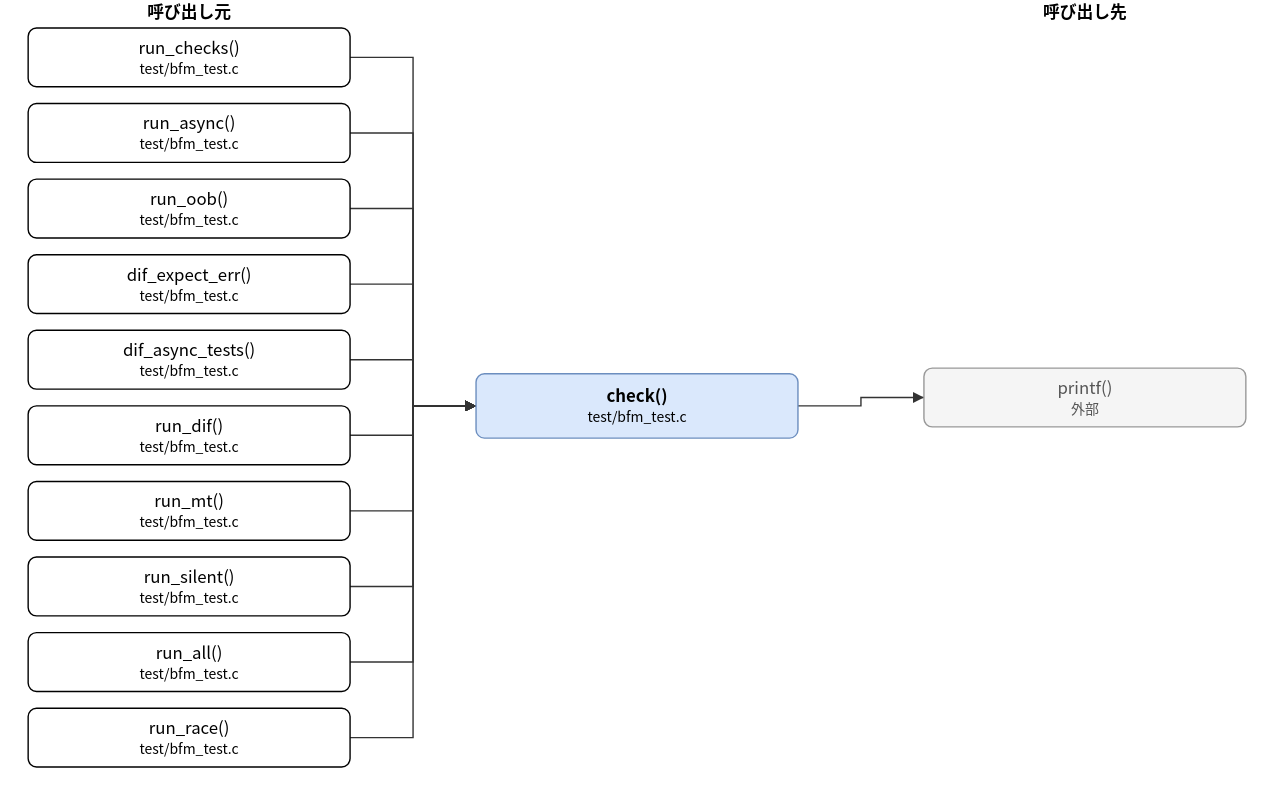
Earlier version of the draw.io export doc/spec/images/call_test_bfm_test-check.drawio.svg (hf355051012-ai/bfmem). Source tidied: cells renumbered, new cells last; positions are measured from the earlier drawing's top-left corner, leaving out a move shared by most shapes.
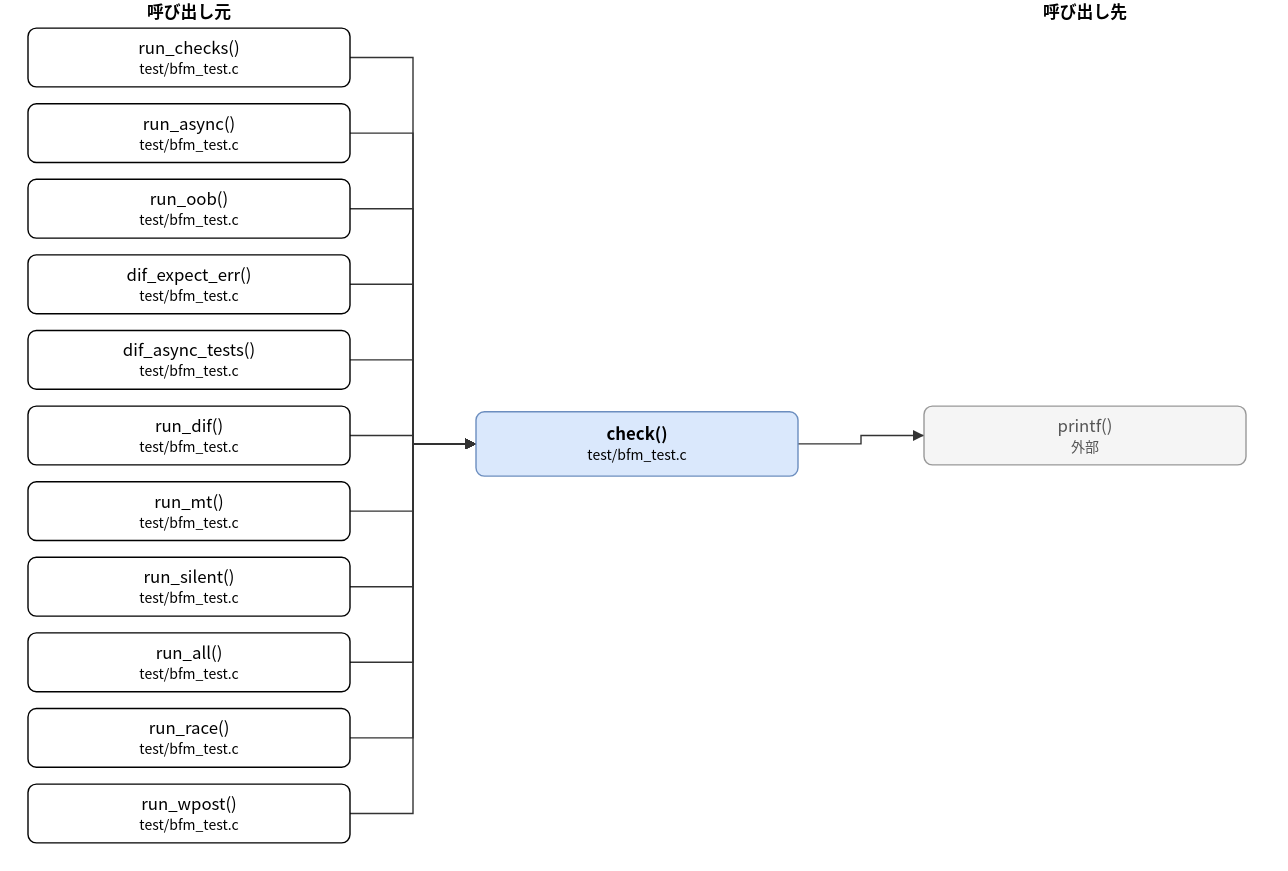
Above is the later version.

Diff of the diagram source:
```diff
@@ -3,7 +3,7 @@
     <mxCell id="0" />
     <mxCell id="1" parent="0" />
     <mxCell id="2" value="check()&lt;br&gt;&lt;font style=&quot;font-size:10px&quot;&gt;test/bfm_test.c&lt;/font&gt;" style="rounded=1;whiteSpace=wrap;html=1;fillColor=#dae8fc;strokeColor=#6c8ebf;fontStyle=1;" parent="1" vertex="1">
-      <mxGeometry x="320" y="267" width="230" height="46" as="geometry" />
+      <mxGeometry x="320" y="294" width="230" height="46" as="geometry" />
     </mxCell>
     <mxCell id="3" value="run_checks()&lt;br&gt;&lt;font style=&quot;font-size:10px&quot;&gt;test/bfm_test.c&lt;/font&gt;" style="rounded=1;whiteSpace=wrap;html=1;" parent="1" vertex="1">
       <mxGeometry y="20" width="230" height="42" as="geometry" />
@@ -35,14 +35,17 @@
     <mxCell id="12" value="run_race()&lt;br&gt;&lt;font style=&quot;font-size:10px&quot;&gt;test/bfm_test.c&lt;/font&gt;" style="rounded=1;whiteSpace=wrap;html=1;" parent="1" vertex="1">
       <mxGeometry y="506" width="230" height="42" as="geometry" />
     </mxCell>
+    <mxCell id="27" value="run_wpost()&lt;br&gt;&lt;font style=&quot;font-size:10px&quot;&gt;test/bfm_test.c&lt;/font&gt;" style="rounded=1;whiteSpace=wrap;html=1;" parent="1" vertex="1">
+      <mxGeometry y="560" width="230" height="42" as="geometry" />
+    </mxCell>
     <mxCell id="13" value="printf()&lt;br&gt;&lt;font style=&quot;font-size:10px&quot;&gt;外部&lt;/font&gt;" style="rounded=1;whiteSpace=wrap;html=1;fillColor=#f5f5f5;strokeColor=#999999;fontColor=#555555;" parent="1" vertex="1">
-      <mxGeometry x="640" y="263" width="230" height="42" as="geometry" />
+      <mxGeometry x="640" y="290" width="230" height="42" as="geometry" />
     </mxCell>
     <mxCell id="14" style="edgeStyle=none;html=1;rounded=0;endArrow=block;endFill=1;exitX=1.0000;exitY=0.5000;exitDx=0;exitDy=0;exitPerimeter=0;entryX=0.0000;entryY=0.5000;entryDx=0;entryDy=0;entryPerimeter=0;" parent="1" edge="1" source="3" target="2">
       <mxGeometry relative="1" as="geometry">
         <Array as="points">
           <mxPoint x="275" y="41" />
-          <mxPoint x="275" y="290" />
+          <mxPoint x="275" y="317" />
         </Array>
       </mxGeometry>
     </mxCell>
@@ -50,7 +53,7 @@
       <mxGeometry relative="1" as="geometry">
         <Array as="points">
           <mxPoint x="275" y="95" />
-          <mxPoint x="275" y="290" />
+          <mxPoint x="275" y="317" />
         </Array>
       </mxGeometry>
     </mxCell>
@@ -58,7 +61,7 @@
       <mxGeometry relative="1" as="geometry">
         <Array as="points">
           <mxPoint x="275" y="149" />
-          <mxPoint x="275" y="290" />
+          <mxPoint x="275" y="317" />
         </Array>
       </mxGeometry>
     </mxCell>
@@ -66,7 +69,7 @@
       <mxGeometry relative="1" as="geometry">
         <Array as="points">
           <mxPoint x="275" y="203" />
-          <mxPoint x="275" y="290" />
+          <mxPoint x="275" y="317" />
         </Array>
       </mxGeometry>
     </mxCell>
@@ -74,7 +77,7 @@
       <mxGeometry relative="1" as="geometry">
         <Array as="points">
           <mxPoint x="275" y="257" />
-          <mxPoint x="275" y="290" />
+          <mxPoint x="275" y="317" />
         </Array>
       </mxGeometry>
     </mxCell>
@@ -82,7 +85,7 @@
       <mxGeometry relative="1" as="geometry">
         <Array as="points">
           <mxPoint x="275" y="311" />
-          <mxPoint x="275" y="290" />
+          <mxPoint x="275" y="317" />
         </Array>
       </mxGeometry>
     </mxCell>
@@ -90,7 +93,7 @@
       <mxGeometry relative="1" as="geometry">
         <Array as="points">
           <mxPoint x="275" y="365" />
-          <mxPoint x="275" y="290" />
+          <mxPoint x="275" y="317" />
         </Array>
       </mxGeometry>
     </mxCell>
@@ -98,7 +101,7 @@
       <mxGeometry relative="1" as="geometry">
         <Array as="points">
           <mxPoint x="275" y="419" />
-          <mxPoint x="275" y="290" />
+          <mxPoint x="275" y="317" />
         </Array>
       </mxGeometry>
     </mxCell>
@@ -106,7 +109,7 @@
       <mxGeometry relative="1" as="geometry">
         <Array as="points">
           <mxPoint x="275" y="473" />
-          <mxPoint x="275" y="290" />
+          <mxPoint x="275" y="317" />
         </Array>
       </mxGeometry>
     </mxCell>
@@ -114,18 +117,26 @@
       <mxGeometry relative="1" as="geometry">
         <Array as="points">
           <mxPoint x="275" y="527" />
-          <mxPoint x="275" y="290" />
+          <mxPoint x="275" y="317" />
         </Array>
       </mxGeometry>
     </mxCell>
-    <mxCell id="24" style="edgeStyle=none;html=1;rounded=0;endArrow=block;endFill=1;exitX=1.0000;exitY=0.5000;exitDx=0;exitDy=0;exitPerimeter=0;entryX=0.0000;entryY=0.5000;entryDx=0;entryDy=0;entryPerimeter=0;" parent="1" edge="1" source="2" target="13">
+    <mxCell id="24" style="edgeStyle=none;html=1;rounded=0;endArrow=block;endFill=1;exitX=1.0000;exitY=0.5000;exitDx=0;exitDy=0;exitPerimeter=0;entryX=0.0000;entryY=0.5000;entryDx=0;entryDy=0;entryPerimeter=0;" parent="1" edge="1" source="27" target="2">
       <mxGeometry relative="1" as="geometry">
         <Array as="points">
-          <mxPoint x="595" y="290" />
-          <mxPoint x="595" y="284" />
+          <mxPoint x="275" y="581" />
+          <mxPoint x="275" y="317" />
         </Array>
       </mxGeometry>
     </mxCell>
+    <mxCell id="28" style="edgeStyle=none;html=1;rounded=0;endArrow=block;endFill=1;exitX=1.0000;exitY=0.5000;exitDx=0;exitDy=0;exitPerimeter=0;entryX=0.0000;entryY=0.5000;entryDx=0;entryDy=0;entryPerimeter=0;" parent="1" edge="1" source="2" target="13">
+      <mxGeometry relative="1" as="geometry">
+        <Array as="points">
+          <mxPoint x="595" y="317" />
+          <mxPoint x="595" y="311" />
+        </Array>
+      </mxGeometry>
+    </mxCell>
     <mxCell id="25" value="呼び出し元" style="text;html=1;align=center;fontStyle=1;" parent="1" vertex="1">
       <mxGeometry x="35" width="160" height="18" as="geometry" />
     </mxCell>
```
